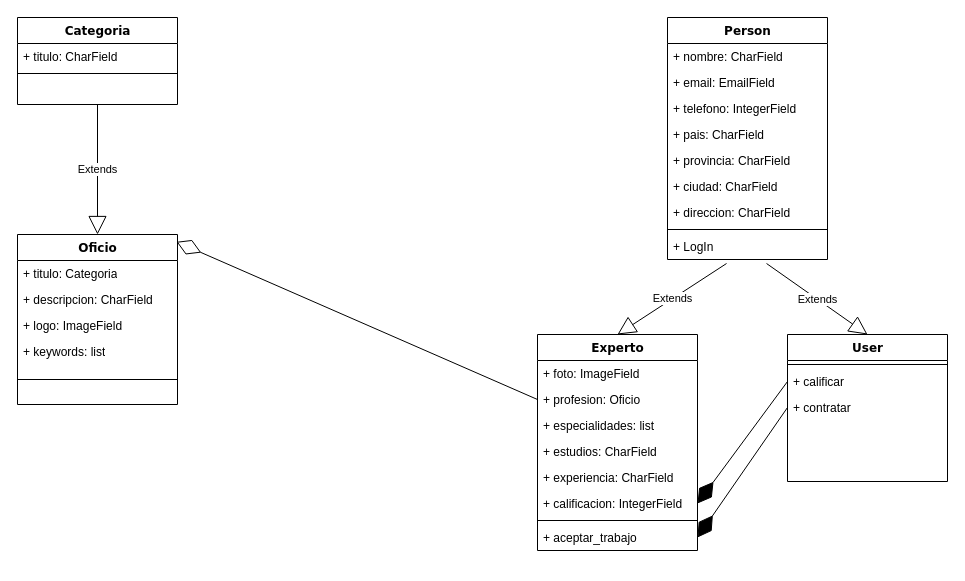
The draw.io diagram Diagrama sin título.drawio in NestorSchneemann/el-experto, before the edit. Source tidied: cells renumbered, new cells numbered last; positions are measured from the earlier drawing's top-left corner, leaving out a move shared by most shapes. Both pictures are drawn from the tidied source at 100%, with x=0, y=0 at pixel (17, 17).
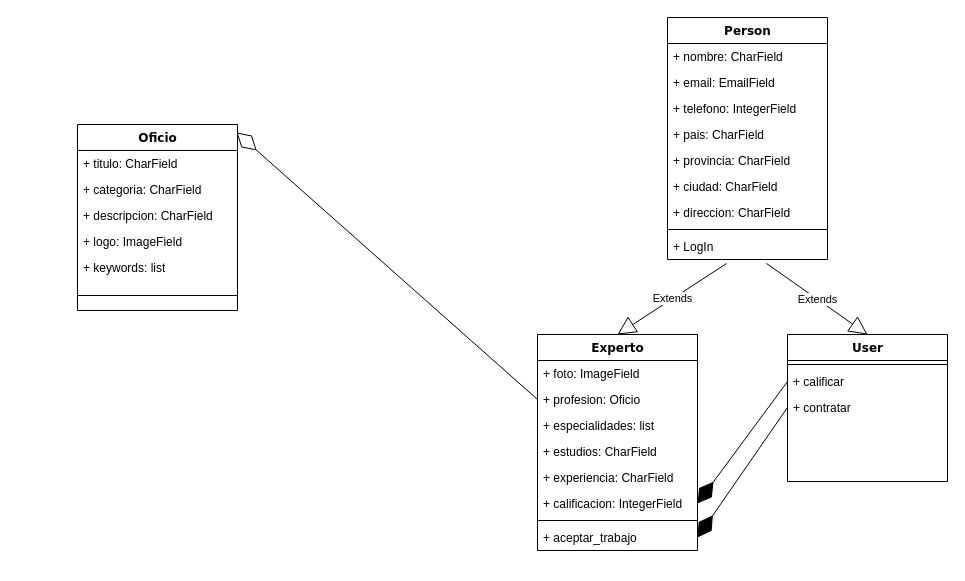
The same diagram, later.

The edit, as a diff of the source:
```diff
@@
-    <mxCell id="2" value="Categoria" style="swimlane;html=1;fontStyle=1;align=center;verticalAlign=top;horizontal=1;startSize=26;swimlaneFillColor=#ffffff;rounded=0;shadow=0;comic=0;labelBackgroundColor=none;strokeWidth=1;fillColor=none;fontFamily=Verdana;fontSize=12;" parent="1" vertex="1">
-      <mxGeometry width="160" height="87" as="geometry" />
-    </mxCell>
-    <mxCell id="3" value="+ titulo: CharField" style="text;html=1;strokeColor=none;fillColor=none;align=left;verticalAlign=top;spacingLeft=4;spacingRight=4;whiteSpace=wrap;overflow=hidden;" parent="2" vertex="1">
-      <mxGeometry y="26" width="160" height="26" as="geometry" />
-    </mxCell>
-    <mxCell id="4" style="line;html=1;strokeWidth=1;fillColor=none;align=left;verticalAlign=middle;spacingTop=-1;spacingLeft=3;spacingRight=3;labelPosition=right;" parent="2" vertex="1">
-      <mxGeometry y="52" width="160" height="8" as="geometry" />
-    </mxCell>
     <mxCell id="5" value="Oficio" style="swimlane;html=1;fontStyle=1;align=center;verticalAlign=top;horizontal=1;startSize=26;swimlaneFillColor=#ffffff;rounded=0;shadow=0;comic=0;labelBackgroundColor=none;strokeWidth=1;fillColor=none;fontFamily=Verdana;fontSize=12;" parent="1" vertex="1">
-      <mxGeometry y="217" width="160" height="170" as="geometry" />
+      <mxGeometry x="60" y="107" width="160" height="186" as="geometry" />
     </mxCell>
-    <mxCell id="6" value="+ titulo: Categoria" style="text;html=1;strokeColor=none;fillColor=none;align=left;verticalAlign=top;spacingLeft=4;spacingRight=4;whiteSpace=wrap;overflow=hidden;" parent="5" vertex="1">
+    <mxCell id="6" value="+ titulo: CharField" style="text;html=1;strokeColor=none;fillColor=none;align=left;verticalAlign=top;spacingLeft=4;spacingRight=4;whiteSpace=wrap;overflow=hidden;" parent="5" vertex="1">
       <mxGeometry y="26" width="160" height="26" as="geometry" />
     </mxCell>
+    <mxCell id="40" value="+ categoria: CharField" style="text;html=1;strokeColor=none;fillColor=none;align=left;verticalAlign=top;spacingLeft=4;spacingRight=4;whiteSpace=wrap;overflow=hidden;" parent="5" vertex="1">
+      <mxGeometry y="52" width="160" height="26" as="geometry" />
+    </mxCell>
     <mxCell id="7" value="+ descripcion: CharField" style="text;html=1;strokeColor=none;fillColor=none;align=left;verticalAlign=top;spacingLeft=4;spacingRight=4;whiteSpace=wrap;overflow=hidden;" parent="5" vertex="1">
-      <mxGeometry y="52" width="160" height="26" as="geometry" />
+      <mxGeometry y="78" width="160" height="26" as="geometry" />
     </mxCell>
     <mxCell id="8" value="+ logo: ImageField" style="text;html=1;strokeColor=none;fillColor=none;align=left;verticalAlign=top;spacingLeft=4;spacingRight=4;whiteSpace=wrap;overflow=hidden;" parent="5" vertex="1">
-      <mxGeometry y="78" width="160" height="26" as="geometry" />
+      <mxGeometry y="104" width="160" height="26" as="geometry" />
     </mxCell>
     <mxCell id="9" value="+ keywords: list" style="text;html=1;strokeColor=none;fillColor=none;align=left;verticalAlign=top;spacingLeft=4;spacingRight=4;whiteSpace=wrap;overflow=hidden;" parent="5" vertex="1">
-      <mxGeometry y="104" width="160" height="26" as="geometry" />
+      <mxGeometry y="130" width="160" height="26" as="geometry" />
     </mxCell>
     <mxCell id="10" style="line;html=1;strokeWidth=1;fillColor=none;align=left;verticalAlign=middle;spacingTop=-1;spacingLeft=3;spacingRight=3;labelPosition=right;" parent="5" vertex="1">
-      <mxGeometry y="130" width="160" height="30" as="geometry" />
+      <mxGeometry y="156" width="160" height="30" as="geometry" />
     </mxCell>
@@
-    <mxCell id="37" value="Extends" style="endArrow=block;endSize=16;endFill=0;html=1;rounded=0;exitX=0.5;exitY=1;exitDx=0;exitDy=0;entryX=0.5;entryY=0;entryDx=0;entryDy=0;" parent="1" edge="1" source="2" target="5">
-      <mxGeometry relative="1" as="geometry" />
-    </mxCell>
```
